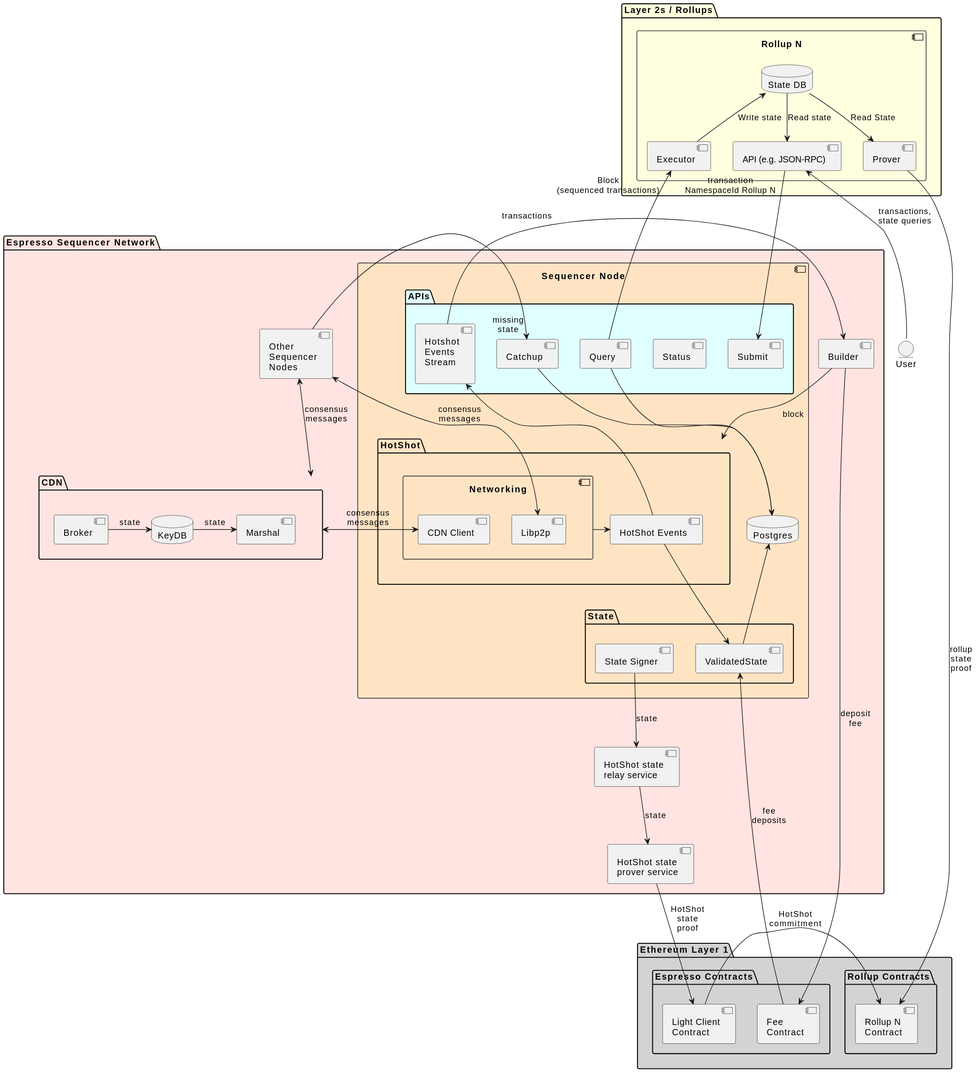
This is doc/architecture.svg from EspressoSystems/espresso-sequencer, a PlantUML export, as it was before one commit.
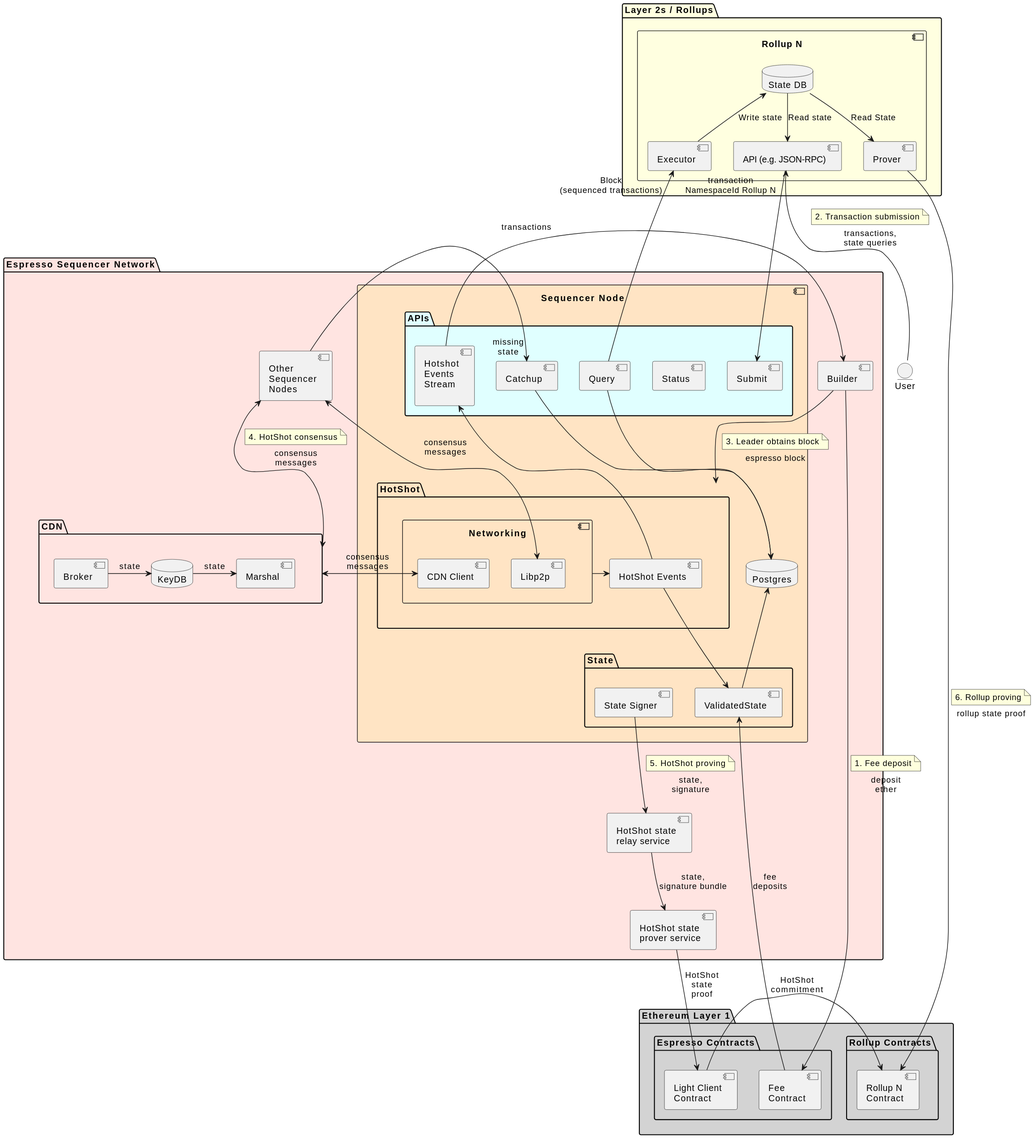
After the commit.

Commit message:
Add sequence diagram step to architecture diagram

Change to the diagram source:
```diff
@@ -19,6 +19,9 @@
     Broker -> KeyDB: state
     KeyDB -> Marshal: state
     Nodes <--> CDN: consensus\nmessages
+    note top of link
+        4. HotShot consensus
+    end note
 
     component "Sequencer Node" as Seq #Bisque {
         database "Postgres" as DB
@@ -52,10 +55,16 @@
 Nodes <--> Libp2p: consensus\nmessages
 "CDN Client" <--> CDN: consensus\nmessages
 
-Signer -down-> Relay: state
-Relay --> HSProver: state
+Signer -down-> Relay: state,\nsignature
+note top of link
+    5. HotShot proving
+end note
+Relay --> HSProver: state,\nsignature bundle
 
-Builder --> HotShot: block
+Builder --> HotShot: espresso block
+note top of link
+    3. Leader obtains block
+end note
 EventsStream -> Builder: transactions
 
 Networking -> Events
@@ -86,17 +95,26 @@
 
 entity User
 User -Up-> L2_RPC : transactions,\nstate queries
+note top of link
+    2. Transaction submission
+end note
 L2_RPC --> Submit : "transaction\nNamespaceId Rollup N" " "
 Query -up-> L2_Exec : " " "Block\n(sequenced transactions)"
 
 HSProver -down-> LC_L1 : HotShot\nstate\nproof
-L2_Prover -> L2_L1 : rollup\nstate\nproof
+L2_Prover -> L2_L1 : rollup state proof
+note top of link
+    6. Rollup proving
+end note
 LC_L1 -> L2_L1 : HotShot\ncommitment
 
 L2_RPC <-up- L2_State : Read state
 L2_Exec -up-> L2_State : Write state
 L2_Prover <-up- L2_State : Read State
 
-Builder --> Fee_L1: deposit\nfee
+Builder --> Fee_L1: deposit\nether
+note top of link
+    1. Fee deposit
+end note
 Fee_L1 -up-> Validated: fee\ndeposits
 @enduml
```
